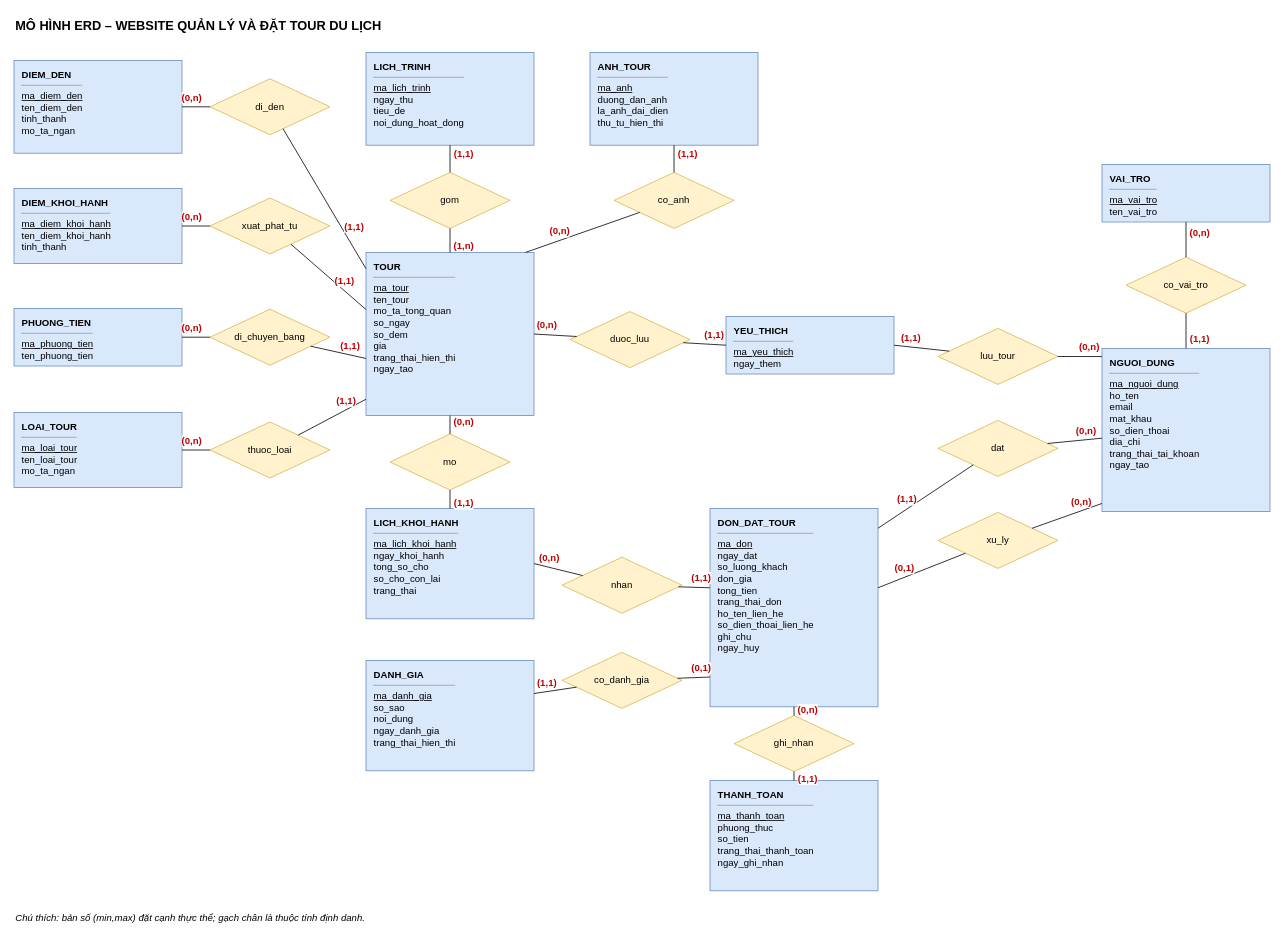
This is docs/ERD_WebsiteDatTour.drawio from khang29405/cn-da23tta-vuonghaokhang-traveltour-nodejs, a draw.io file, before an edit. Source tidied: cells renumbered, new cells numbered last; positions are measured from the earlier drawing's top-left corner, leaving out a move shared by most shapes. Both pictures are drawn from the tidied source at 80%, with x=0, y=0 at pixel (14, 14).
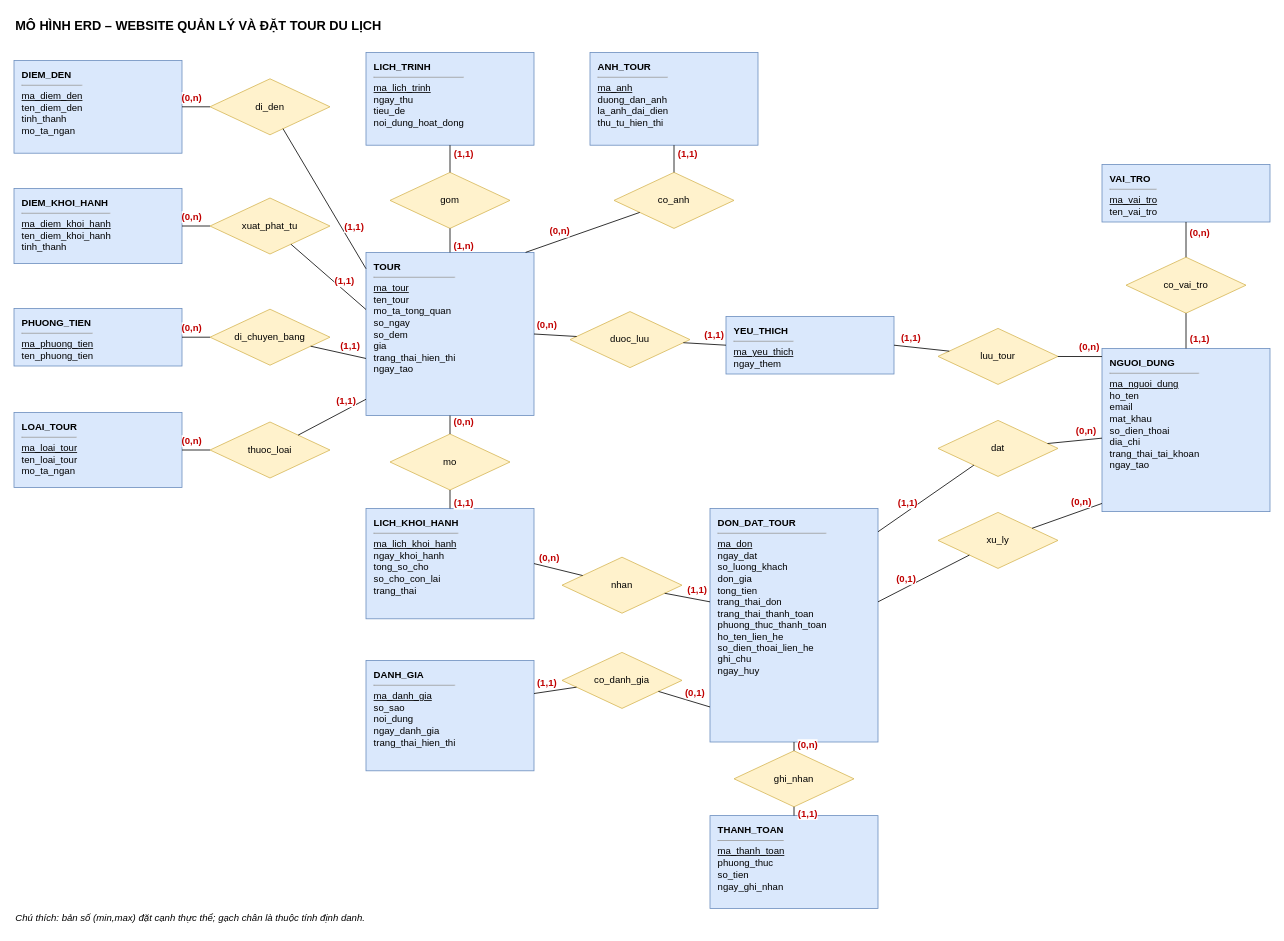
The same diagram, later.

Commit message (it also covers changes not shown here):
Viet API dat tour, lich su va chi tiet don dat tour

What changed in the source:
```diff
@@
-    <mxCell id="12" value="&lt;b&gt;DON_DAT_TOUR&lt;/b&gt;&lt;hr size='1'&gt;&lt;u&gt;ma_don&lt;/u&gt;&lt;br&gt;ngay_dat&lt;br&gt;so_luong_khach&lt;br&gt;don_gia&lt;br&gt;tong_tien&lt;br&gt;trang_thai_don&lt;br&gt;ho_ten_lien_he&lt;br&gt;so_dien_thoai_lien_he&lt;br&gt;ghi_chu&lt;br&gt;ngay_huy" style="rounded=0;whiteSpace=wrap;html=1;align=left;verticalAlign=top;spacingLeft=8;spacingTop=4;fontSize=12;fillColor=#dae8fc;strokeColor=#6c8ebf;" parent="1" vertex="1">
-      <mxGeometry x="870" y="618" width="210" height="248" as="geometry" />
+    <mxCell id="12" value="&lt;b&gt;DON_DAT_TOUR&lt;/b&gt;&lt;hr size='1'&gt;&lt;u&gt;ma_don&lt;/u&gt;&lt;br&gt;ngay_dat&lt;br&gt;so_luong_khach&lt;br&gt;don_gia&lt;br&gt;tong_tien&lt;br&gt;trang_thai_don&lt;br&gt;trang_thai_thanh_toan&lt;br&gt;phuong_thuc_thanh_toan&lt;br&gt;ho_ten_lien_he&lt;br&gt;so_dien_thoai_lien_he&lt;br&gt;ghi_chu&lt;br&gt;ngay_huy" style="rounded=0;whiteSpace=wrap;html=1;align=left;verticalAlign=top;spacingLeft=8;spacingTop=4;fontSize=12;fillColor=#dae8fc;strokeColor=#6c8ebf;" parent="1" vertex="1">
+      <mxGeometry x="870" y="618" width="210" height="292" as="geometry" />
     </mxCell>
-    <mxCell id="13" value="&lt;b&gt;THANH_TOAN&lt;/b&gt;&lt;hr size='1'&gt;&lt;u&gt;ma_thanh_toan&lt;/u&gt;&lt;br&gt;phuong_thuc&lt;br&gt;so_tien&lt;br&gt;trang_thai_thanh_toan&lt;br&gt;ngay_ghi_nhan" style="rounded=0;whiteSpace=wrap;html=1;align=left;verticalAlign=top;spacingLeft=8;spacingTop=4;fontSize=12;fillColor=#dae8fc;strokeColor=#6c8ebf;" parent="1" vertex="1">
-      <mxGeometry x="870" y="958" width="210" height="138" as="geometry" />
+    <mxCell id="13" value="&lt;b&gt;THANH_TOAN&lt;/b&gt;&lt;hr size='1'&gt;&lt;u&gt;ma_thanh_toan&lt;/u&gt;&lt;br&gt;phuong_thuc&lt;br&gt;so_tien&lt;br&gt;ngay_ghi_nhan" style="rounded=0;whiteSpace=wrap;html=1;align=left;verticalAlign=top;spacingLeft=8;spacingTop=4;fontSize=12;fillColor=#dae8fc;strokeColor=#6c8ebf;" parent="1" vertex="1">
+      <mxGeometry x="870" y="1002" width="210" height="116" as="geometry" />
     </mxCell>
@@
     <mxCell id="29" value="ghi_nhan" style="rhombus;whiteSpace=wrap;html=1;fontSize=12;fillColor=#fff2cc;strokeColor=#d6b656;" parent="1" vertex="1">
-      <mxGeometry x="900" y="877" width="150" height="70" as="geometry" />
+      <mxGeometry x="900" y="921" width="150" height="70" as="geometry" />
     </mxCell>
```
